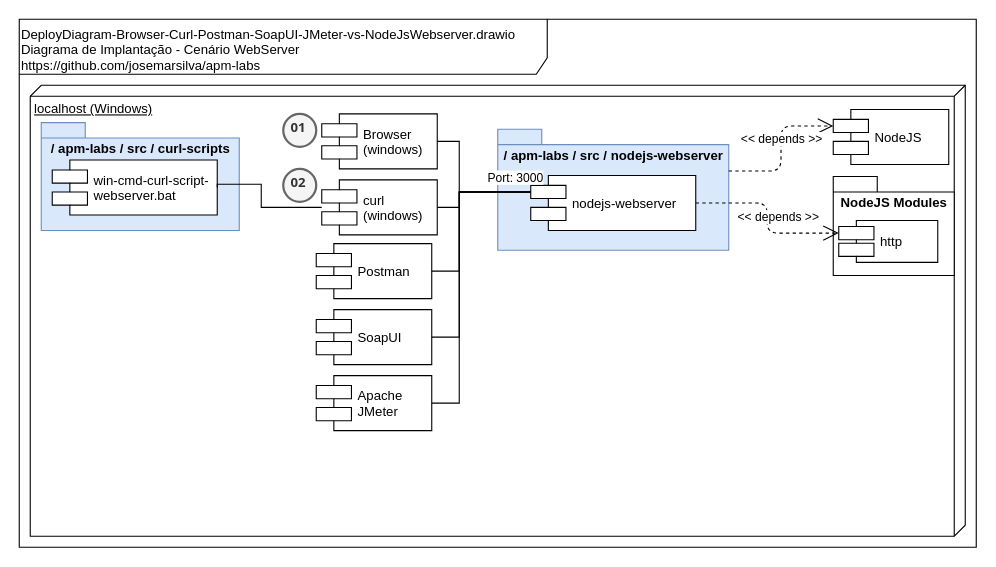
Above: doc/DeployDiagram-Browser-Curl-Postman-SoapUI-JMeter-vs-NodeJsWebserver.drawio in josemarsilva/apm-labs (draw.io), before the change. Source tidied: cells renumbered, new cells numbered last; positions are measured from the earlier drawing's top-left corner, leaving out a move shared by most shapes. Both pictures are drawn from the tidied source at 110%, with x=0, y=0 at pixel (19, 19).
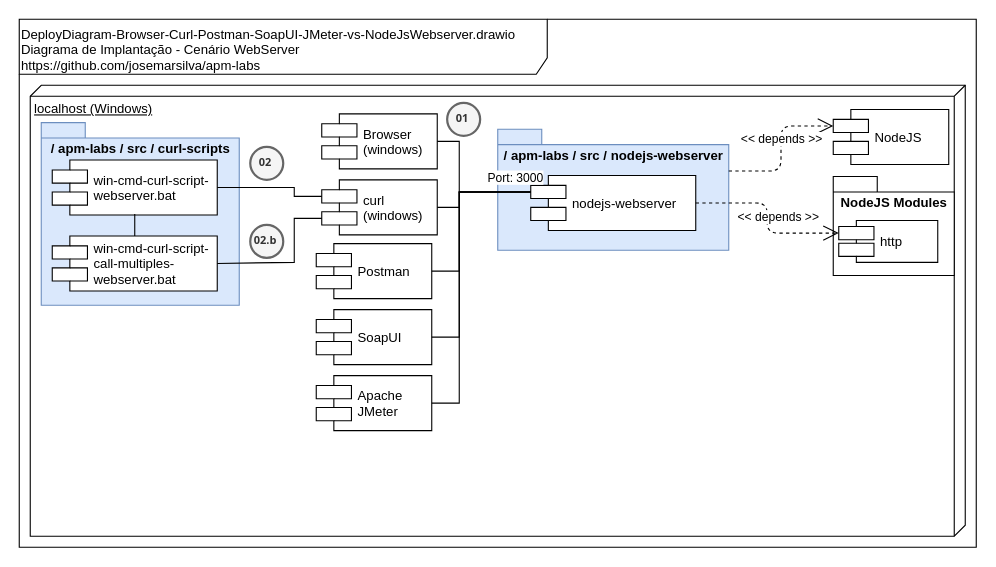
After the change.

The change refers to these unchanged cells:
```xml
<mxCell id="4" value="curl&#10;(windows)" style="shape=component;align=left;spacingLeft=36;" parent="1" vertex="1">
  <mxGeometry x="275" y="146" width="105" height="50" as="geometry" />
</mxCell>
<mxCell id="24" value="win-cmd-curl-script-&#10;webserver.bat" style="shape=component;align=left;spacingLeft=36;" parent="1" vertex="1">
  <mxGeometry x="30" y="128" width="150" height="50" as="geometry" />
</mxCell>
```

Change to the diagram source:
```diff
@@
-    <mxCell id="12" value="01" style="ellipse;whiteSpace=wrap;html=1;strokeWidth=2;fontFamily=Tahoma;spacingBottom=4;spacingRight=2;fontStyle=1;fillColor=#f5f5f5;strokeColor=#666666;fontColor=#333333;" parent="1" vertex="1">
-      <mxGeometry x="240" y="86" width="30" height="30" as="geometry" />
+    <mxCell id="12" value="01" style="ellipse;whiteSpace=wrap;html=1;strokeWidth=2;fontFamily=Tahoma;spacingBottom=4;spacingRight=2;fontStyle=1;fillColor=#f5f5f5;strokeColor=#666666;fontColor=#333333;fontSize=10;" parent="1" vertex="1">
+      <mxGeometry x="389" y="76" width="30" height="30" as="geometry" />
     </mxCell>
@@
     <mxCell id="23" value="/ apm-labs / src /&amp;nbsp;&lt;span style=&quot;text-align: left&quot;&gt;curl-scripts&lt;/span&gt;" style="shape=folder;fontStyle=1;spacingTop=10;tabWidth=40;tabHeight=14;tabPosition=left;html=1;verticalAlign=top;fillColor=#dae8fc;strokeColor=#6c8ebf;" parent="1" vertex="1">
-      <mxGeometry x="20" y="94" width="180" height="98" as="geometry" />
+      <mxGeometry x="20" y="94" width="180" height="166" as="geometry" />
     </mxCell>
@@
-    <mxCell id="25" value="02" style="ellipse;whiteSpace=wrap;html=1;strokeWidth=2;fontFamily=Tahoma;spacingBottom=4;spacingRight=2;fontStyle=1;fillColor=#f5f5f5;strokeColor=#666666;fontColor=#333333;" parent="1" vertex="1">
-      <mxGeometry x="240" y="136" width="30" height="30" as="geometry" />
+    <mxCell id="25" value="02" style="ellipse;whiteSpace=wrap;html=1;strokeWidth=2;fontFamily=Tahoma;spacingBottom=4;spacingRight=2;fontStyle=1;fillColor=#f5f5f5;strokeColor=#666666;fontColor=#333333;fontSize=10;" parent="1" vertex="1">
+      <mxGeometry x="210" y="116" width="30" height="30" as="geometry" />
     </mxCell>
-    <mxCell id="26" style="edgeStyle=orthogonalEdgeStyle;rounded=0;jettySize=auto;html=1;endArrow=none;endFill=0;fontSize=11;entryX=1;entryY=0.5;entryDx=0;entryDy=0;" parent="1" edge="1" source="4" target="24">
+    <mxCell id="26" style="rounded=0;jettySize=auto;html=1;endArrow=none;endFill=0;fontSize=11;entryX=1;entryY=0.5;entryDx=0;entryDy=0;exitX=0;exitY=0.3;exitDx=0;exitDy=0;edgeStyle=orthogonalEdgeStyle;" parent="1" edge="1" source="4" target="24">
       <mxGeometry relative="1" as="geometry">
         <Array as="points">
-          <mxPoint x="220" y="171" />
-          <mxPoint x="220" y="150" />
-          <mxPoint x="180" y="150" />
+          <mxPoint x="250" y="161" />
+          <mxPoint x="250" y="153" />
         </Array>
       </mxGeometry>
     </mxCell>
+    <mxCell id="27" style="edgeStyle=orthogonalEdgeStyle;rounded=0;jettySize=auto;html=1;endArrow=none;endFill=0;entryX=0.5;entryY=1;entryDx=0;entryDy=0;" parent="1" edge="1" source="28" target="24">
+      <mxGeometry relative="1" as="geometry" />
+    </mxCell>
+    <mxCell id="28" value="win-cmd-curl-script-&#10;call-multiples-&#10;webserver.bat" style="shape=component;align=left;spacingLeft=36;" parent="1" vertex="1">
+      <mxGeometry x="30" y="197" width="150" height="50" as="geometry" />
+    </mxCell>
+    <mxCell id="29" style="rounded=0;jettySize=auto;html=1;endArrow=none;endFill=0;fontSize=11;entryX=1;entryY=0.5;entryDx=0;entryDy=0;edgeStyle=orthogonalEdgeStyle;exitX=0;exitY=0.7;exitDx=0;exitDy=0;" parent="1" edge="1" source="4" target="28">
+      <mxGeometry relative="1" as="geometry">
+        <Array as="points">
+          <mxPoint x="250" y="181" />
+          <mxPoint x="250" y="221" />
+          <mxPoint x="180" y="221" />
+        </Array>
+      </mxGeometry>
+    </mxCell>
+    <mxCell id="30" value="02.b" style="ellipse;whiteSpace=wrap;html=1;strokeWidth=2;fontFamily=Tahoma;spacingBottom=4;spacingRight=2;fontStyle=1;fillColor=#f5f5f5;strokeColor=#666666;fontColor=#333333;fontSize=10;" parent="1" vertex="1">
+      <mxGeometry x="210" y="187" width="30" height="30" as="geometry" />
+    </mxCell>
```
